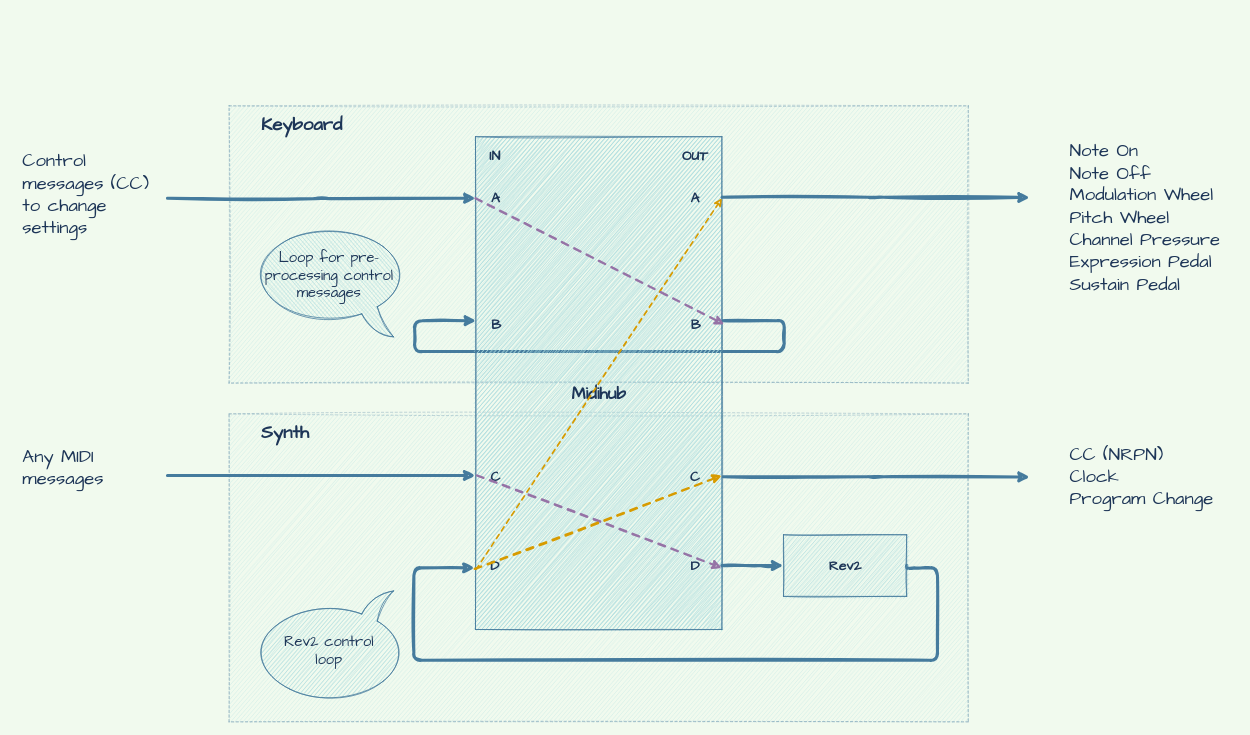
The draw.io diagram diagram.drawio in psrpinto/rev2-master-keyboard, before the edit. Source tidied: cells renumbered, new cells numbered last; positions are measured from the earlier drawing's top-left corner, leaving out a move shared by most shapes. Both pictures are drawn from the tidied source at 77%, with x=0, y=0 at pixel (13, 105).
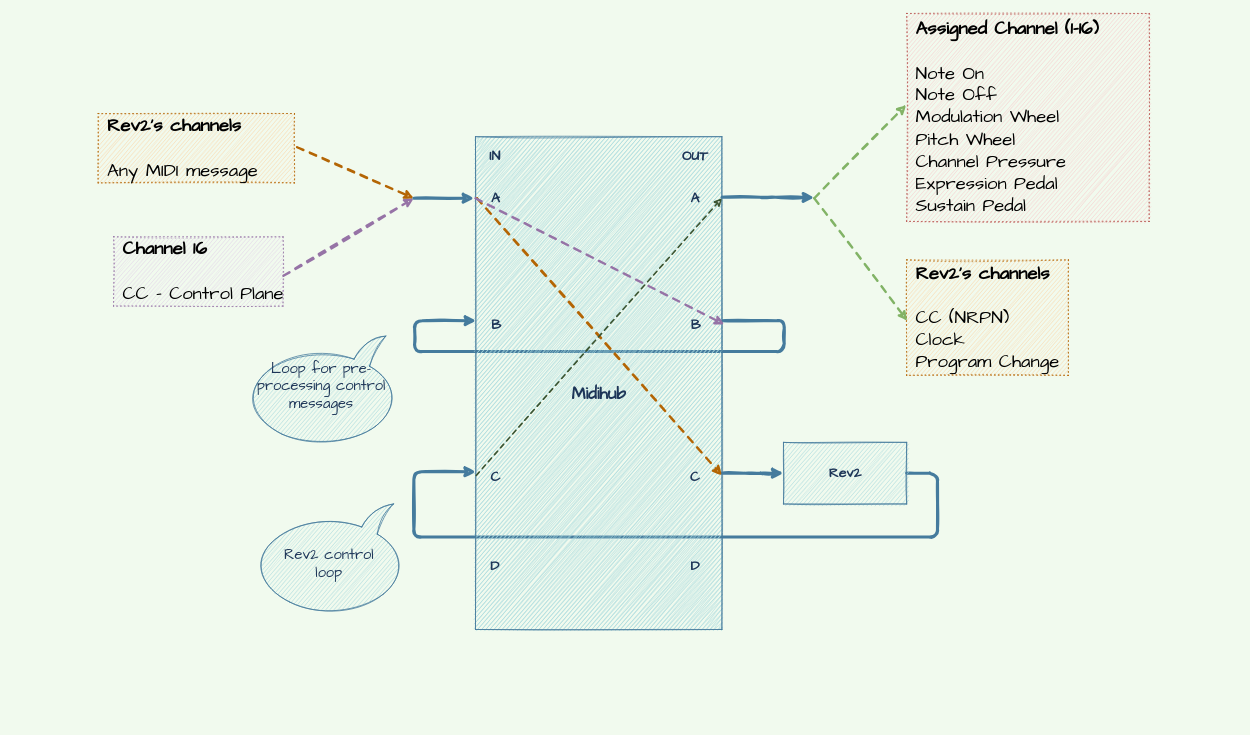
Above is the later version.

Commit message (it also covers changes not shown here):
Use a single MIDI in and out port

The change refers to these unchanged cells:
```xml
<mxCell id="2" style="group;fontColor=#1D3557;" parent="1" vertex="1">
  <mxGeometry width="1590" height="800" as="geometry" />
</mxCell>
<mxCell id="6" value="Midihub" style="rounded=0;html=1;fontSize=22;fontFamily=Comic Sans MS;fontStyle=1;strokeColor=#457B9D;fontColor=#1D3557;shadow=0;fillStyle=zigzag;fillColor=#A8DADC;sketch=1;spacingTop=29;" parent="2" vertex="1">
  <mxGeometry x="600" y="40" width="320" height="640" as="geometry" />
</mxCell>
```

The edit, as a diff of the source:
```diff
@@
-    <mxCell id="3" style="rounded=0;whiteSpace=wrap;html=1;strokeColor=#457B9D;fillColor=#A8DADC;dashed=1;opacity=40;fontColor=#1D3557;fontFamily=Comic Sans MS;sketch=1;" parent="2" vertex="1">
-      <mxGeometry x="280" width="960" height="360" as="geometry" />
-    </mxCell>
-    <mxCell id="4" style="rounded=0;whiteSpace=wrap;html=1;strokeColor=#457B9D;fillColor=#A8DADC;fontColor=#1D3557;dashed=1;opacity=40;fontFamily=Comic Sans MS;sketch=1;" parent="2" vertex="1">
-      <mxGeometry x="280" y="400" width="960" height="400" as="geometry" />
-    </mxCell>
+    <mxCell id="17" style="edgeStyle=orthogonalEdgeStyle;rounded=1;jettySize=auto;html=1;entryX=0.002;entryY=0.68;entryDx=0;entryDy=0;entryPerimeter=0;strokeWidth=4;fontSize=18;exitX=1;exitY=0.5;exitDx=0;exitDy=0;strokeColor=#457B9D;fontColor=#1D3557;fontFamily=Comic Sans MS;sketch=1;labelBackgroundColor=#F1FAEE;" parent="2" edge="1" source="19" target="6">
+      <mxGeometry relative="1" as="geometry">
+        <Array as="points">
+          <mxPoint x="1200" y="477" />
+          <mxPoint x="1200" y="560" />
+          <mxPoint x="520" y="560" />
+          <mxPoint x="520" y="475" />
+        </Array>
+      </mxGeometry>
+    </mxCell>
@@
-    <mxCell id="17" style="edgeStyle=orthogonalEdgeStyle;rounded=1;jettySize=auto;html=1;entryX=-0.003;entryY=0.875;entryDx=0;entryDy=0;entryPerimeter=0;strokeWidth=4;fontSize=18;exitX=1;exitY=0.5;exitDx=0;exitDy=0;strokeColor=#457B9D;fontColor=#1D3557;fontFamily=Comic Sans MS;sketch=1;labelBackgroundColor=#F1FAEE;" parent="2" edge="1" source="19" target="6">
-      <mxGeometry relative="1" as="geometry">
-        <Array as="points">
-          <mxPoint x="1160" y="600" />
-          <mxPoint x="1200" y="600" />
-          <mxPoint x="1200" y="720" />
-          <mxPoint x="520" y="720" />
-          <mxPoint x="520" y="600" />
-        </Array>
-      </mxGeometry>
-    </mxCell>
     <mxCell id="18" style="edgeStyle=orthogonalEdgeStyle;rounded=1;jettySize=auto;html=1;strokeColor=#457B9D;fontColor=#1D3557;fontSize=18;strokeWidth=4;fontFamily=Comic Sans MS;sketch=1;labelBackgroundColor=#F1FAEE;" parent="2" edge="1" target="19">
       <mxGeometry relative="1" as="geometry">
-        <mxPoint x="920" y="597" as="sourcePoint" />
+        <mxPoint x="920" y="477" as="sourcePoint" />
         <Array as="points">
-          <mxPoint x="960" y="597" />
-          <mxPoint x="960" y="597" />
+          <mxPoint x="960" y="477" />
+          <mxPoint x="960" y="477" />
         </Array>
       </mxGeometry>
     </mxCell>
     <mxCell id="19" value="Rev2" style="html=1;fontSize=18;shadow=0;strokeColor=#457B9D;fontColor=#1D3557;fillColor=#A8DADC;fontStyle=1;fontFamily=Comic Sans MS;sketch=1;" parent="2" vertex="1">
-      <mxGeometry x="1000" y="557" width="160" height="80" as="geometry" />
+      <mxGeometry x="1000" y="437" width="160" height="80" as="geometry" />
     </mxCell>
-    <mxCell id="20" value="Keyboard" style="text;html=1;align=left;verticalAlign=middle;fillColor=none;strokeColor=none;rounded=0;dashed=1;dashPattern=1 4;fontSize=24;fontColor=#1D3557;fontStyle=1;fontFamily=Comic Sans MS;sketch=1;" parent="2" vertex="1">
-      <mxGeometry x="320" y="10" width="120" height="30" as="geometry" />
-    </mxCell>
-    <mxCell id="21" value="Synth" style="text;html=1;align=left;verticalAlign=middle;fillColor=none;strokeColor=none;rounded=0;dashed=1;dashPattern=1 4;fontSize=24;fontColor=#1D3557;fontStyle=1;fontFamily=Comic Sans MS;sketch=1;" parent="2" vertex="1">
-      <mxGeometry x="320" y="410" width="80" height="30" as="geometry" />
-    </mxCell>
-    <mxCell id="22" style="edgeStyle=orthogonalEdgeStyle;rounded=1;jettySize=auto;html=1;strokeColor=#457B9D;fontFamily=Comic Sans MS;fontSize=18;fontColor=#1D3557;strokeWidth=4;exitX=1.006;exitY=0.69;exitDx=0;exitDy=0;exitPerimeter=0;sketch=1;labelBackgroundColor=#F1FAEE;" parent="2" edge="1" source="6">
-      <mxGeometry relative="1" as="geometry">
-        <mxPoint x="1320" y="482" as="targetPoint" />
-      </mxGeometry>
-    </mxCell>
-    <mxCell id="23" style="edgeStyle=orthogonalEdgeStyle;rounded=1;jettySize=auto;html=1;entryX=1.001;entryY=0.123;entryDx=0;entryDy=0;entryPerimeter=0;strokeColor=#457B9D;fontFamily=Comic Sans MS;fontSize=18;fontColor=#1D3557;exitX=1.001;exitY=0.123;exitDx=0;exitDy=0;exitPerimeter=0;strokeWidth=4;sketch=1;labelBackgroundColor=#F1FAEE;" parent="2" edge="1" source="6">
+    <mxCell id="23" style="edgeStyle=orthogonalEdgeStyle;rounded=1;jettySize=auto;html=1;strokeColor=#457B9D;fontFamily=Comic Sans MS;fontSize=18;fontColor=#1D3557;exitX=1.001;exitY=0.123;exitDx=0;exitDy=0;exitPerimeter=0;strokeWidth=4;sketch=1;labelBackgroundColor=#F1FAEE;" parent="2" edge="1" source="6">
       <mxGeometry relative="1" as="geometry">
-        <mxPoint x="1320" y="119" as="targetPoint" />
+        <mxPoint x="1040" y="119" as="targetPoint" />
       </mxGeometry>
     </mxCell>
-    <mxCell id="24" style="edgeStyle=orthogonalEdgeStyle;rounded=1;jettySize=auto;html=1;entryX=0.001;entryY=0.125;entryDx=0;entryDy=0;entryPerimeter=0;strokeColor=#457B9D;fontFamily=Comic Sans MS;fontSize=18;fontColor=#1D3557;strokeWidth=4;sketch=1;labelBackgroundColor=#F1FAEE;" parent="2" edge="1" target="6">
-      <mxGeometry relative="1" as="geometry">
-        <mxPoint x="200" y="120" as="sourcePoint" />
-      </mxGeometry>
-    </mxCell>
-    <mxCell id="25" style="edgeStyle=orthogonalEdgeStyle;rounded=1;orthogonalLoop=1;jettySize=auto;html=1;strokeColor=#457B9D;fontFamily=Comic Sans MS;fontSize=18;fontColor=#1D3557;strokeWidth=4;sketch=1;labelBackgroundColor=#F1FAEE;" parent="2" edge="1">
-      <mxGeometry relative="1" as="geometry">
-        <mxPoint x="200" y="480" as="sourcePoint" />
-        <mxPoint x="600" y="480" as="targetPoint" />
-        <Array as="points">
-          <mxPoint x="200" y="480" />
-        </Array>
-      </mxGeometry>
-    </mxCell>
-    <mxCell id="26" value="Any MIDI&lt;br style=&quot;font-size: 24px;&quot;&gt;messages" style="text;html=1;align=left;verticalAlign=middle;points=[];fillColor=none;strokeColor=none;rounded=0;dashed=1;dashPattern=1 4;fontFamily=Comic Sans MS;fontSize=24;fontColor=#1D3557;spacingLeft=10;sketch=1;" parent="2" vertex="1">
-      <mxGeometry y="440" width="140" height="60" as="geometry" />
+    <mxCell id="26" value="&lt;b&gt;Rev2's channels&lt;br&gt;&lt;/b&gt;&lt;br&gt;Any MIDI message" style="text;html=1;align=left;verticalAlign=middle;points=[];fillColor=#fad7ac;rounded=0;dashed=1;dashPattern=1 4;fontFamily=Comic Sans MS;fontSize=24;spacingLeft=10;sketch=1;strokeColor=#b46504;perimeterSpacing=1;fillStyle=auto;" parent="2" vertex="1">
+      <mxGeometry x="110" y="10" width="255" height="90" as="geometry" />
     </mxCell>
+    <mxCell id="28" value="Rev2 control&lt;br&gt;loop" style="whiteSpace=wrap;html=1;shape=mxgraph.basic.oval_callout;rounded=0;fillColor=#A8DADC;fontSize=19;flipV=1;flipH=1;verticalAlign=middle;spacingTop=11;direction=east;rotation=0;strokeColor=#457B9D;fontFamily=Comic Sans MS;sketch=1;fontColor=#1D3557;" parent="2" vertex="1">
+      <mxGeometry x="310" y="517" width="200" height="145" as="geometry" />
+    </mxCell>
+    <mxCell id="31" value="&lt;b&gt;Rev2's channels&lt;br&gt;&lt;/b&gt;&lt;br&gt;CC (NRPN)&lt;br&gt;Clock&lt;br&gt;Program Change" style="text;html=1;align=left;verticalAlign=middle;points=[];rounded=0;dashed=1;dashPattern=1 4;fontFamily=Comic Sans MS;fontSize=24;spacingLeft=10;perimeterSpacing=0;sketch=1;fillColor=#fad7ac;strokeColor=#b46504;fontColor=#000000;fillStyle=auto;" parent="2" vertex="1">
+      <mxGeometry x="1160" y="200" width="210" height="150" as="geometry" />
+    </mxCell>
-    <mxCell id="27" value="Loop for pre-processing control messages" style="whiteSpace=wrap;html=1;shape=mxgraph.basic.oval_callout;rounded=0;fillColor=#A8DADC;fontSize=19;flipV=0;flipH=1;verticalAlign=middle;spacingTop=-14;direction=east;rotation=0;strokeColor=#457B9D;fontFamily=Comic Sans MS;sketch=1;fontColor=#1D3557;" parent="2" vertex="1">
-      <mxGeometry x="310" y="155" width="200" height="145" as="geometry" />
+    <mxCell id="27" value="Loop for pre-processing control messages" style="whiteSpace=wrap;html=1;shape=mxgraph.basic.oval_callout;rounded=0;fillColor=#A8DADC;fontSize=19;flipV=1;flipH=1;verticalAlign=middle;spacingTop=-14;direction=east;rotation=0;strokeColor=#457B9D;fontFamily=Comic Sans MS;sketch=1;fontColor=#1D3557;" parent="2" vertex="1">
+      <mxGeometry x="300" y="299" width="200" height="145" as="geometry" />
     </mxCell>
-    <mxCell id="28" value="Rev2 control&lt;br&gt;loop" style="whiteSpace=wrap;html=1;shape=mxgraph.basic.oval_callout;rounded=0;fillColor=#A8DADC;fontSize=19;flipV=1;flipH=1;verticalAlign=middle;spacingTop=11;direction=east;rotation=0;strokeColor=#457B9D;fontFamily=Comic Sans MS;sketch=1;fontColor=#1D3557;" parent="2" vertex="1">
-      <mxGeometry x="310" y="630" width="200" height="145" as="geometry" />
-    </mxCell>
-    <mxCell id="29" value="Control&lt;br&gt;messages (CC)&lt;br&gt;to change&lt;br&gt;settings" style="text;html=1;align=left;verticalAlign=middle;points=[];fillColor=none;rounded=0;dashed=1;dashPattern=1 4;fontFamily=Comic Sans MS;fontSize=24;fontColor=#1D3557;spacingLeft=10;perimeterSpacing=0;sketch=1;" parent="2" vertex="1">
-      <mxGeometry y="55" width="180" height="120" as="geometry" />
+    <mxCell id="29" value="&lt;b&gt;Channel 16&lt;br&gt;&lt;/b&gt;&lt;br&gt;CC - Control Plane" style="text;html=1;align=left;verticalAlign=middle;points=[];rounded=0;dashed=1;dashPattern=1 4;fontFamily=Comic Sans MS;fontSize=24;spacingLeft=10;perimeterSpacing=0;sketch=1;strokeColor=#9673a6;glass=0;shadow=0;fillColor=#e1d5e7;" parent="2" vertex="1">
+      <mxGeometry x="130" y="170" width="220" height="90" as="geometry" />
     </mxCell>
-    <mxCell id="30" value="Note On&lt;br&gt;Note Off&lt;br&gt;Modulation Wheel&lt;br&gt;Pitch Wheel&lt;br&gt;Channel Pressure&lt;br&gt;Expression Pedal&lt;br&gt;Sustain Pedal" style="text;html=1;align=left;verticalAlign=middle;points=[];fillColor=none;rounded=0;dashed=1;dashPattern=1 4;fontFamily=Comic Sans MS;fontSize=24;fontColor=#1D3557;spacingLeft=10;perimeterSpacing=0;sketch=1;" parent="2" vertex="1">
-      <mxGeometry x="1360" y="40" width="230" height="210" as="geometry" />
-    </mxCell>
-    <mxCell id="31" value="CC (NRPN)&lt;br&gt;Clock&lt;br&gt;Program Change" style="text;html=1;align=left;verticalAlign=middle;points=[];fillColor=none;rounded=0;dashed=1;dashPattern=1 4;fontFamily=Comic Sans MS;fontSize=24;fontColor=#1D3557;spacingLeft=10;perimeterSpacing=0;sketch=1;" parent="2" vertex="1">
-      <mxGeometry x="1360" y="437" width="200" height="90" as="geometry" />
-    </mxCell>
-    <mxCell id="32" style="endArrow=classic;html=1;fontFamily=Comic Sans MS;fontSize=18;fontColor=#1D3557;strokeColor=#9673a6;strokeWidth=3;labelBackgroundColor=#F1FAEE;sketch=1;dashed=1;fillColor=#e1d5e7;" parent="2" edge="1">
+    <mxCell id="32" style="endArrow=classic;html=1;fontFamily=Comic Sans MS;fontSize=18;fontColor=#1D3557;strokeColor=#b46504;strokeWidth=3;labelBackgroundColor=#F1FAEE;sketch=1;dashed=1;fillColor=#fad7ac;" parent="2" edge="1">
       <mxGeometry relative="1" as="geometry">
-        <mxPoint x="602" y="480" as="sourcePoint" />
-        <mxPoint x="920" y="600" as="targetPoint" />
+        <mxPoint x="602" y="120" as="sourcePoint" />
+        <mxPoint x="920" y="480" as="targetPoint" />
       </mxGeometry>
     </mxCell>
-    <mxCell id="33" style="endArrow=classic;html=1;fontFamily=Comic Sans MS;fontSize=18;fontColor=#1D3557;strokeColor=#d79b00;strokeWidth=3;labelBackgroundColor=#F1FAEE;sketch=1;dashed=1;fillColor=#ffe6cc;exitX=-0.003;exitY=0.877;exitDx=0;exitDy=0;exitPerimeter=0;" parent="1" edge="1" source="6">
-      <mxGeometry relative="1" as="geometry">
-        <mxPoint x="920" y="480" as="targetPoint" />
-      </mxGeometry>
-    </mxCell>
-    <mxCell id="34" style="endArrow=classic;html=1;fontFamily=Comic Sans MS;fontSize=18;fontColor=#1D3557;strokeColor=#d79b00;strokeWidth=2;labelBackgroundColor=#F1FAEE;sketch=1;dashed=1;fillColor=#ffe6cc;exitX=0.003;exitY=0.878;exitDx=0;exitDy=0;exitPerimeter=0;" parent="1" edge="1" source="6">
+    <mxCell id="34" style="endArrow=classic;html=1;fontFamily=Comic Sans MS;fontSize=18;fontColor=#1D3557;strokeColor=#3A5431;strokeWidth=2;labelBackgroundColor=#F1FAEE;sketch=1;dashed=1;fillColor=#6d8764;" parent="1" edge="1">
       <mxGeometry relative="1" as="geometry">
+        <mxPoint x="601" y="480" as="sourcePoint" />
         <mxPoint x="920" y="120" as="targetPoint" />
       </mxGeometry>
     </mxCell>
-    <mxCell id="35" style="endArrow=classic;html=1;fontFamily=Comic Sans MS;fontSize=18;fontColor=#1D3557;strokeColor=#9673a6;strokeWidth=3;labelBackgroundColor=#F1FAEE;sketch=1;dashed=1;fillColor=#e1d5e7;entryX=1.01;entryY=0.381;entryDx=0;entryDy=0;entryPerimeter=0;" parent="1" edge="1" target="6">
+    <mxCell id="35" style="endArrow=classic;html=1;fontFamily=Comic Sans MS;fontSize=18;fontColor=#1D3557;strokeWidth=3;labelBackgroundColor=#F1FAEE;sketch=1;dashed=1;fillColor=#e1d5e7;entryX=1.01;entryY=0.381;entryDx=0;entryDy=0;entryPerimeter=0;strokeColor=#9673A6;" parent="1" edge="1" target="6">
       <mxGeometry relative="1" as="geometry">
         <mxPoint x="600" y="120" as="sourcePoint" />
       </mxGeometry>
     </mxCell>
+    <mxCell id="36" style="endArrow=classic;html=1;strokeColor=#9673A6;exitX=1.003;exitY=0.563;exitDx=0;exitDy=0;exitPerimeter=0;dashed=1;fontFamily=Comic Sans MS;fontSize=18;fontColor=#1D3557;strokeWidth=3;fillColor=#e1d5e7;labelBackgroundColor=#F1FAEE;sketch=1;" parent="1" edge="1" source="29">
+      <mxGeometry relative="1" as="geometry">
+        <mxPoint x="520" y="120" as="targetPoint" />
+      </mxGeometry>
+    </mxCell>
+    <mxCell id="37" style="endArrow=classic;html=1;fontFamily=Comic Sans MS;fontSize=18;fontColor=#1D3557;strokeColor=#b46504;strokeWidth=3;labelBackgroundColor=#F1FAEE;sketch=1;dashed=1;fillColor=#fad7ac;exitX=1.009;exitY=0.486;exitDx=0;exitDy=0;exitPerimeter=0;" parent="1" edge="1" source="26">
+      <mxGeometry relative="1" as="geometry">
+        <mxPoint x="520" y="120" as="targetPoint" />
+      </mxGeometry>
+    </mxCell>
+    <mxCell id="38" style="endArrow=classic;html=1;strokeColor=#457B9D;entryX=-0.005;entryY=0.125;entryDx=0;entryDy=0;entryPerimeter=0;fontFamily=Comic Sans MS;fontSize=18;fontColor=#1D3557;strokeWidth=4;labelBackgroundColor=#F1FAEE;sketch=1;" parent="1" edge="1" target="6">
+      <mxGeometry relative="1" as="geometry">
+        <mxPoint x="520" y="120" as="sourcePoint" />
+      </mxGeometry>
+    </mxCell>
+    <mxCell id="39" style="endArrow=classic;html=1;fontFamily=Comic Sans MS;fontSize=18;fontColor=#1D3557;strokeWidth=3;labelBackgroundColor=#F1FAEE;sketch=1;dashed=1;entryX=-0.002;entryY=0.44;entryDx=0;entryDy=0;entryPerimeter=0;fillColor=#d5e8d4;strokeColor=#82b366;" parent="1" edge="1" target="30">
+      <mxGeometry relative="1" as="geometry">
+        <mxPoint x="1040" y="120" as="sourcePoint" />
+      </mxGeometry>
+    </mxCell>
+    <mxCell id="40" style="endArrow=classic;html=1;fontFamily=Comic Sans MS;fontSize=18;fontColor=#1D3557;strokeWidth=3;labelBackgroundColor=#F1FAEE;sketch=1;dashed=1;entryX=0.004;entryY=0.528;entryDx=0;entryDy=0;entryPerimeter=0;fillColor=#d5e8d4;strokeColor=#82b366;" parent="1" edge="1" target="31">
+      <mxGeometry relative="1" as="geometry">
+        <mxPoint x="1040" y="120" as="sourcePoint" />
+      </mxGeometry>
+    </mxCell>
+    <mxCell id="30" value="&lt;b&gt;Assigned Channel (1-16)&lt;/b&gt;&lt;br&gt;&lt;br&gt;Note On&lt;br&gt;Note Off&lt;br&gt;Modulation Wheel&lt;br&gt;Pitch Wheel&lt;br&gt;Channel Pressure&lt;br&gt;Expression Pedal&lt;br&gt;Sustain Pedal" style="text;html=1;align=left;verticalAlign=middle;points=[];rounded=0;dashed=1;dashPattern=1 4;fontFamily=Comic Sans MS;fontSize=24;spacingLeft=10;perimeterSpacing=0;sketch=1;strokeColor=#b85450;fillColor=#f8cecc;" parent="1" vertex="1">
+      <mxGeometry x="1160" y="-120" width="315" height="270" as="geometry" />
+    </mxCell>
```
